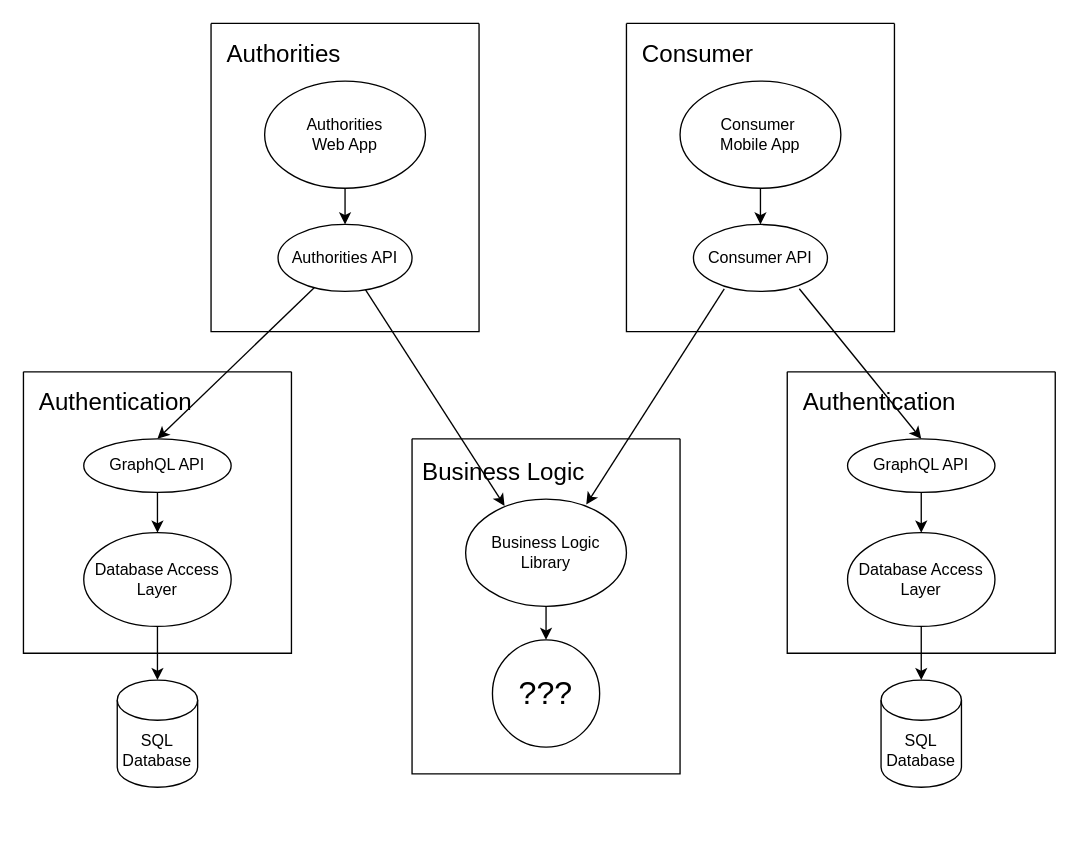
Above: drawio/architecture-diagram.drawio in team-evian-fiicode25/.github (draw.io), before the change. Source tidied: cells renumbered, new cells numbered last; positions are measured from the earlier drawing's top-left corner, leaving out a move shared by most shapes. Both pictures are drawn from the tidied source at 134%, with x=0, y=0 at pixel (23, 23).
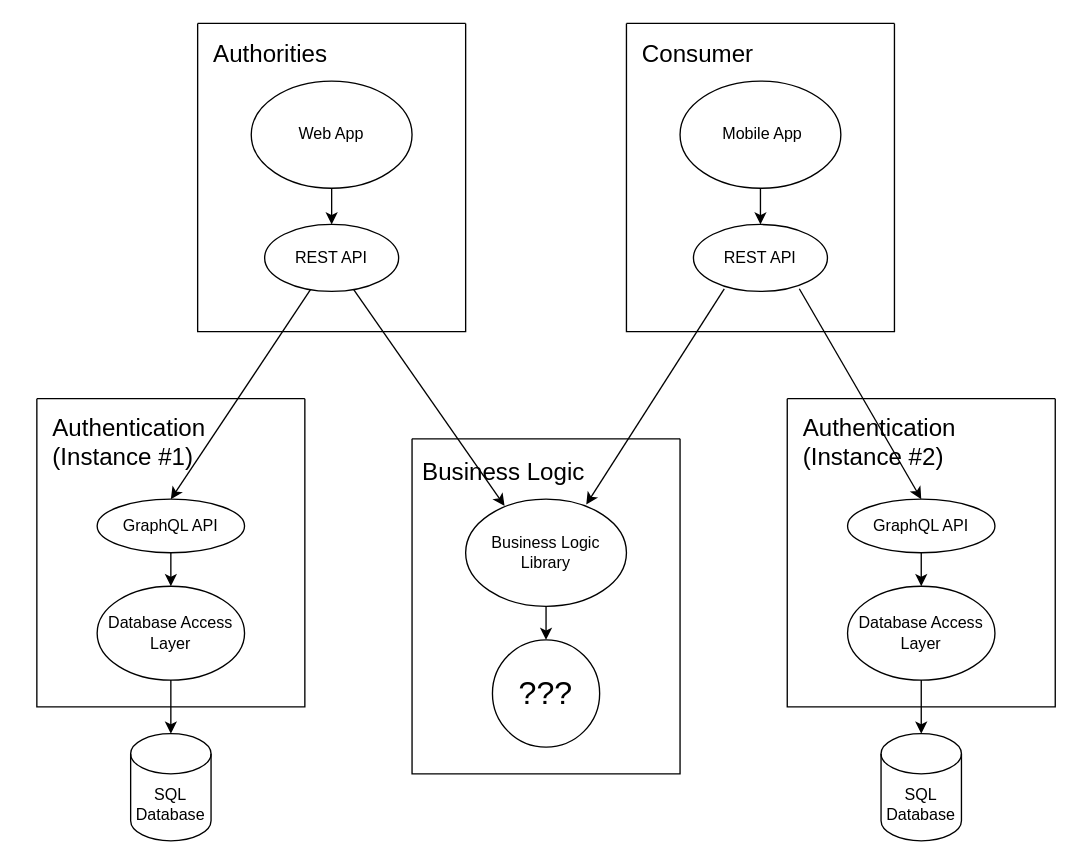
Above is the later version.

Commit message:
Adjust diagram

Unchanged cells that the change refers to:
```xml
<mxCell id="8" style="swimlane;startSize=0;fillStyle=hatch;" parent="1" vertex="1">
  <mxGeometry x="450" width="200" height="230" as="geometry" />
</mxCell>
```

The edit, as a diff of the source:
```diff
@@
-    <mxCell id="10" value="Consumer&amp;nbsp;&lt;div&gt;Mobile App&lt;/div&gt;" style="ellipse;whiteSpace=wrap;html=1;fillColor=none;" parent="8" vertex="1">
+    <mxCell id="10" value="&amp;nbsp;&lt;span style=&quot;background-color: transparent; color: light-dark(rgb(0, 0, 0), rgb(255, 255, 255));&quot;&gt;Mobile App&lt;/span&gt;" style="ellipse;whiteSpace=wrap;html=1;fillColor=none;" parent="8" vertex="1">
       <mxGeometry x="40" y="43" width="120" height="80" as="geometry" />
     </mxCell>
-    <mxCell id="11" value="Consumer API" style="ellipse;whiteSpace=wrap;html=1;fillColor=none;" parent="8" vertex="1">
+    <mxCell id="11" value="REST API" style="ellipse;whiteSpace=wrap;html=1;fillColor=none;" parent="8" vertex="1">
       <mxGeometry x="50" y="150" width="100" height="50" as="geometry" />
     </mxCell>
@@
     <mxCell id="13" style="swimlane;startSize=0;fillStyle=solid;fillColor=none;strokeColor=default;" parent="1" vertex="1">
-      <mxGeometry x="140" width="200" height="230" as="geometry" />
+      <mxGeometry x="130" width="200" height="230" as="geometry" />
     </mxCell>
@@
-    <mxCell id="15" value="Authorities&lt;div&gt;Web App&lt;/div&gt;" style="ellipse;whiteSpace=wrap;html=1;fillColor=none;" parent="13" vertex="1">
+    <mxCell id="15" value="&lt;div&gt;&lt;span style=&quot;background-color: transparent; color: light-dark(rgb(0, 0, 0), rgb(255, 255, 255));&quot;&gt;Web App&lt;/span&gt;&lt;/div&gt;" style="ellipse;whiteSpace=wrap;html=1;fillColor=none;" parent="13" vertex="1">
       <mxGeometry x="40" y="43" width="120" height="80" as="geometry" />
     </mxCell>
-    <mxCell id="16" value="Authorities API" style="ellipse;whiteSpace=wrap;html=1;fillColor=none;" parent="13" vertex="1">
+    <mxCell id="16" value="REST API" style="ellipse;whiteSpace=wrap;html=1;fillColor=none;" parent="13" vertex="1">
       <mxGeometry x="50" y="150" width="100" height="50" as="geometry" />
     </mxCell>
@@
     <mxCell id="19" style="group;fillColor=none;fillStyle=hatch;" parent="1" vertex="1">
-      <mxGeometry y="260" width="200" height="310" as="geometry" />
+      <mxGeometry x="10" y="300" width="200" height="310" as="geometry" />
     </mxCell>
     <mxCell id="20" style="swimlane;startSize=0;fillStyle=hatch;" parent="19" vertex="1">
-      <mxGeometry width="200" height="210" as="geometry" />
+      <mxGeometry y="-20" width="200" height="230" as="geometry" />
     </mxCell>
-    <mxCell id="21" value="&lt;font style=&quot;font-size: 18px;&quot;&gt;Authentication&lt;/font&gt;" style="text;html=1;align=left;verticalAlign=middle;strokeColor=none;fillColor=none;" parent="20" vertex="1">
-      <mxGeometry x="10" y="3" width="140" height="40" as="geometry" />
+    <mxCell id="21" value="&lt;font style=&quot;font-size: 18px;&quot;&gt;Authentication&lt;/font&gt;&lt;div&gt;&lt;span style=&quot;font-size: 18px;&quot;&gt;(Instance #1)&lt;/span&gt;&lt;/div&gt;" style="text;html=1;align=left;verticalAlign=middle;strokeColor=none;fillColor=none;" parent="20" vertex="1">
+      <mxGeometry x="10" y="3" width="140" height="60" as="geometry" />
     </mxCell>
+    <mxCell id="25" value="SQL&lt;div&gt;Database&lt;/div&gt;" style="shape=cylinder3;whiteSpace=wrap;html=1;boundedLbl=1;backgroundOutline=1;size=15;fillStyle=hatch;fillColor=none;" parent="19" vertex="1">
+      <mxGeometry x="70" y="230" width="60" height="80" as="geometry" />
+    </mxCell>
+    <mxCell id="26" style="endArrow=classic;html=1;rounded=0;exitX=0.5;exitY=1;exitDx=0;exitDy=0;entryX=0.5;entryY=0;entryDx=0;entryDy=0;entryPerimeter=0;" parent="19" edge="1" source="23" target="25">
+      <mxGeometry relative="1" as="geometry" />
+    </mxCell>
-    <mxCell id="22" value="GraphQL API" style="ellipse;whiteSpace=wrap;html=1;fillColor=none;" parent="20" vertex="1">
-      <mxGeometry x="45" y="50" width="110" height="40" as="geometry" />
+    <mxCell id="22" value="GraphQL API" style="ellipse;whiteSpace=wrap;html=1;fillColor=none;" parent="19" vertex="1">
+      <mxGeometry x="45" y="55" width="110" height="40" as="geometry" />
     </mxCell>
-    <mxCell id="23" value="Database Access Layer" style="ellipse;whiteSpace=wrap;html=1;fillColor=none;" parent="20" vertex="1">
+    <mxCell id="23" value="Database Access Layer" style="ellipse;whiteSpace=wrap;html=1;fillColor=none;" parent="19" vertex="1">
       <mxGeometry x="45" y="120" width="110" height="70" as="geometry" />
     </mxCell>
-    <mxCell id="24" style="endArrow=classic;html=1;rounded=0;entryX=0.5;entryY=0;entryDx=0;entryDy=0;exitX=0.5;exitY=1;exitDx=0;exitDy=0;" parent="20" edge="1" source="22" target="23">
+    <mxCell id="24" style="endArrow=classic;html=1;rounded=0;entryX=0.5;entryY=0;entryDx=0;entryDy=0;exitX=0.5;exitY=1;exitDx=0;exitDy=0;" parent="19" edge="1" source="22" target="23">
       <mxGeometry relative="1" as="geometry" />
     </mxCell>
-    <mxCell id="25" value="SQL&lt;div&gt;Database&lt;/div&gt;" style="shape=cylinder3;whiteSpace=wrap;html=1;boundedLbl=1;backgroundOutline=1;size=15;fillStyle=hatch;fillColor=none;" parent="19" vertex="1">
-      <mxGeometry x="70" y="230" width="60" height="80" as="geometry" />
-    </mxCell>
-    <mxCell id="26" style="endArrow=classic;html=1;rounded=0;exitX=0.5;exitY=1;exitDx=0;exitDy=0;entryX=0.5;entryY=0;entryDx=0;entryDy=0;entryPerimeter=0;" parent="19" edge="1" source="23" target="25">
-      <mxGeometry relative="1" as="geometry" />
-    </mxCell>
-    <mxCell id="27" style="group;" parent="1" vertex="1">
-      <mxGeometry x="570" y="260" width="200" height="310" as="geometry" />
-    </mxCell>
-    <mxCell id="28" style="swimlane;startSize=0;fillStyle=hatch;gradientColor=none;" parent="27" vertex="1">
-      <mxGeometry width="200" height="210" as="geometry" />
-    </mxCell>
-    <mxCell id="29" value="&lt;font style=&quot;font-size: 18px;&quot;&gt;Authentication&lt;/font&gt;" style="text;html=1;align=left;verticalAlign=middle;strokeColor=none;fillColor=none;" parent="28" vertex="1">
-      <mxGeometry x="10" y="3" width="140" height="40" as="geometry" />
-    </mxCell>
+    <mxCell id="35" style="endArrow=classic;html=1;rounded=0;entryX=0.5;entryY=0;entryDx=0;entryDy=0;" parent="1" edge="1" source="16" target="22">
+      <mxGeometry relative="1" as="geometry" />
+    </mxCell>
+    <mxCell id="36" style="endArrow=classic;html=1;rounded=0;exitX=0.79;exitY=0.96;exitDx=0;exitDy=0;entryX=0.5;entryY=0;entryDx=0;entryDy=0;exitPerimeter=0;" parent="1" edge="1" source="11" target="30">
+      <mxGeometry relative="1" as="geometry" />
+    </mxCell>
+    <mxCell id="37" style="group;fillColor=none;fillStyle=hatch;" parent="1" vertex="1">
+      <mxGeometry x="570" y="300" width="200" height="310" as="geometry" />
+    </mxCell>
+    <mxCell id="38" style="swimlane;startSize=0;fillStyle=hatch;" parent="37" vertex="1">
+      <mxGeometry y="-20" width="200" height="230" as="geometry" />
+    </mxCell>
+    <mxCell id="39" value="&lt;font style=&quot;font-size: 18px;&quot;&gt;Authentication&lt;/font&gt;&lt;div&gt;&lt;span style=&quot;font-size: 18px;&quot;&gt;(Instance #2)&lt;/span&gt;&lt;/div&gt;" style="text;html=1;align=left;verticalAlign=middle;strokeColor=none;fillColor=none;" parent="38" vertex="1">
+      <mxGeometry x="10" y="3" width="140" height="60" as="geometry" />
+    </mxCell>
+    <mxCell id="33" value="SQL&lt;div&gt;Database&lt;/div&gt;" style="shape=cylinder3;whiteSpace=wrap;html=1;boundedLbl=1;backgroundOutline=1;size=15;fillStyle=hatch;fillColor=none;" parent="37" vertex="1">
+      <mxGeometry x="70" y="230" width="60" height="80" as="geometry" />
+    </mxCell>
+    <mxCell id="34" style="endArrow=classic;html=1;rounded=0;exitX=0.5;exitY=1;exitDx=0;exitDy=0;entryX=0.5;entryY=0;entryDx=0;entryDy=0;entryPerimeter=0;" parent="37" edge="1" source="31" target="33">
+      <mxGeometry relative="1" as="geometry" />
+    </mxCell>
-    <mxCell id="30" value="GraphQL API" style="ellipse;whiteSpace=wrap;html=1;fillColor=none;" parent="28" vertex="1">
-      <mxGeometry x="45" y="50" width="110" height="40" as="geometry" />
+    <mxCell id="30" value="GraphQL API" style="ellipse;whiteSpace=wrap;html=1;fillColor=none;" parent="37" vertex="1">
+      <mxGeometry x="45" y="55" width="110" height="40" as="geometry" />
     </mxCell>
-    <mxCell id="31" value="Database Access Layer" style="ellipse;whiteSpace=wrap;html=1;fillColor=none;" parent="28" vertex="1">
+    <mxCell id="31" value="Database Access Layer" style="ellipse;whiteSpace=wrap;html=1;fillColor=none;" parent="37" vertex="1">
       <mxGeometry x="45" y="120" width="110" height="70" as="geometry" />
     </mxCell>
-    <mxCell id="32" style="endArrow=classic;html=1;rounded=0;entryX=0.5;entryY=0;entryDx=0;entryDy=0;exitX=0.5;exitY=1;exitDx=0;exitDy=0;" parent="28" edge="1" source="30" target="31">
+    <mxCell id="32" style="endArrow=classic;html=1;rounded=0;entryX=0.5;entryY=0;entryDx=0;entryDy=0;exitX=0.5;exitY=1;exitDx=0;exitDy=0;" parent="37" edge="1" source="30" target="31">
       <mxGeometry relative="1" as="geometry" />
     </mxCell>
-    <mxCell id="33" value="SQL&lt;div&gt;Database&lt;/div&gt;" style="shape=cylinder3;whiteSpace=wrap;html=1;boundedLbl=1;backgroundOutline=1;size=15;fillColor=none;fillStyle=hatch;" parent="27" vertex="1">
-      <mxGeometry x="70" y="230" width="60" height="80" as="geometry" />
-    </mxCell>
-    <mxCell id="34" style="endArrow=classic;html=1;rounded=0;exitX=0.5;exitY=1;exitDx=0;exitDy=0;entryX=0.5;entryY=0;entryDx=0;entryDy=0;entryPerimeter=0;" parent="27" edge="1" source="31" target="33">
-      <mxGeometry relative="1" as="geometry" />
-    </mxCell>
-    <mxCell id="35" style="endArrow=classic;html=1;rounded=0;entryX=0.5;entryY=0;entryDx=0;entryDy=0;" parent="1" edge="1" source="16" target="22">
-      <mxGeometry relative="1" as="geometry" />
-    </mxCell>
-    <mxCell id="36" style="endArrow=classic;html=1;rounded=0;exitX=0.79;exitY=0.96;exitDx=0;exitDy=0;entryX=0.5;entryY=0;entryDx=0;entryDy=0;exitPerimeter=0;" parent="1" edge="1" source="11" target="30">
-      <mxGeometry relative="1" as="geometry" />
-    </mxCell>
```
